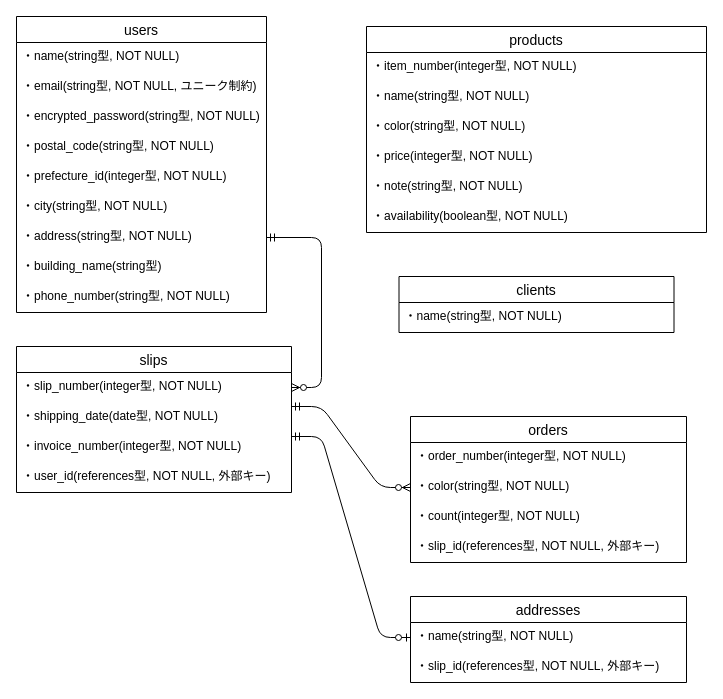
Before: easy_slips.dio in hiddy0329/easy_slips, a draw.io diagram. Source tidied: cells renumbered, new cells numbered last; positions are measured from the earlier drawing's top-left corner, leaving out a move shared by most shapes. Both pictures are drawn from the tidied source at 100%, with x=0, y=0 at pixel (16, 16).
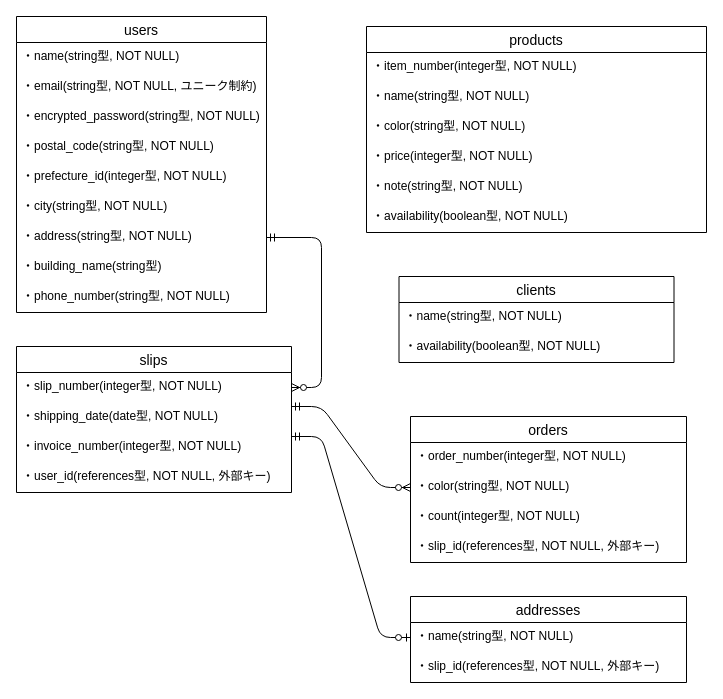
The same page after the edit.

Commit message (it also covers changes not shown here):
ER図とREADMEの再修正

Change to the diagram source:
```diff
@@
     <mxCell id="12" value="clients" style="swimlane;fontStyle=0;horizontal=1;startSize=26;align=center;fontSize=14;" parent="1" vertex="1">
-      <mxGeometry x="382.5" y="260" width="275" height="56" as="geometry" />
+      <mxGeometry x="382.5" y="260" width="275" height="86" as="geometry" />
     </mxCell>
@@
+    <mxCell id="37" value="・availability(boolean型, NOT NULL)" style="text;strokeColor=none;fillColor=none;spacingLeft=4;spacingRight=4;overflow=hidden;fontSize=12;" parent="12" vertex="1">
+      <mxGeometry y="56" width="275" height="30" as="geometry" />
+    </mxCell>
```
